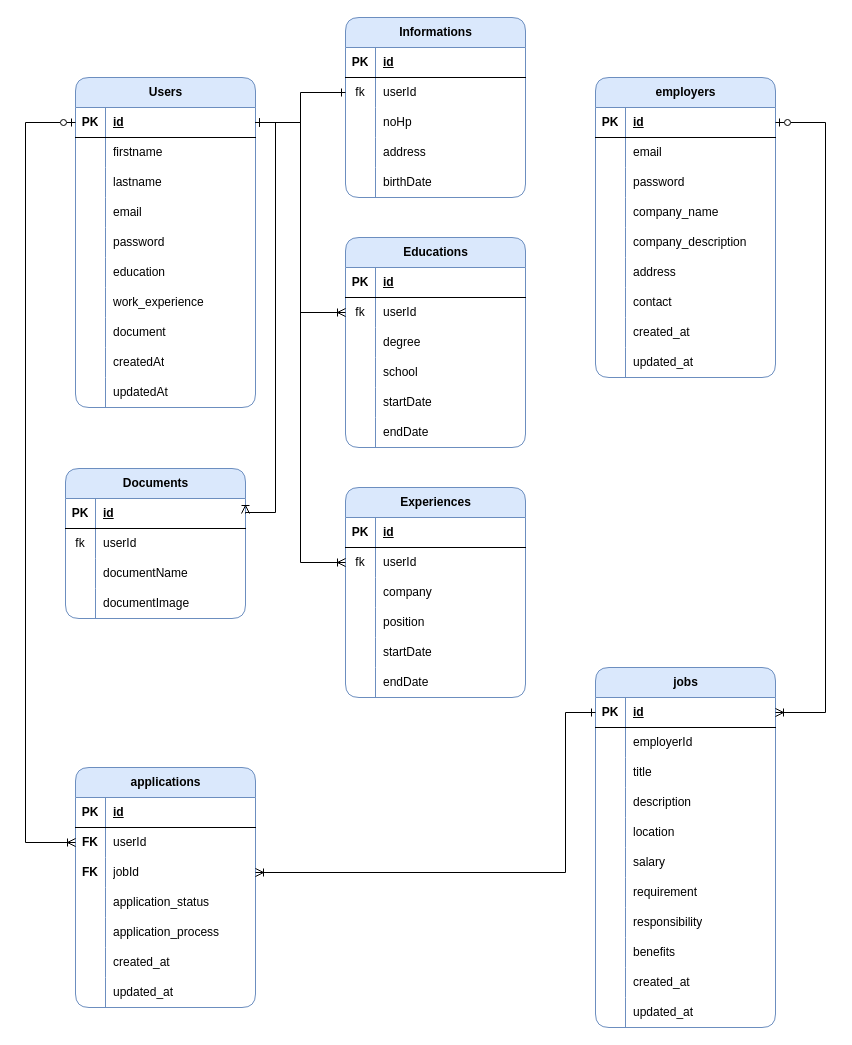
Before: server/docs/Job-Portal-ERD.drawio in juliochandra/Job-Portal, a draw.io diagram. Source tidied: cells renumbered, new cells numbered last; positions are measured from the earlier drawing's top-left corner, leaving out a move shared by most shapes. Both pictures are drawn from the tidied source at 100%, with x=0, y=0 at pixel (25, 17).
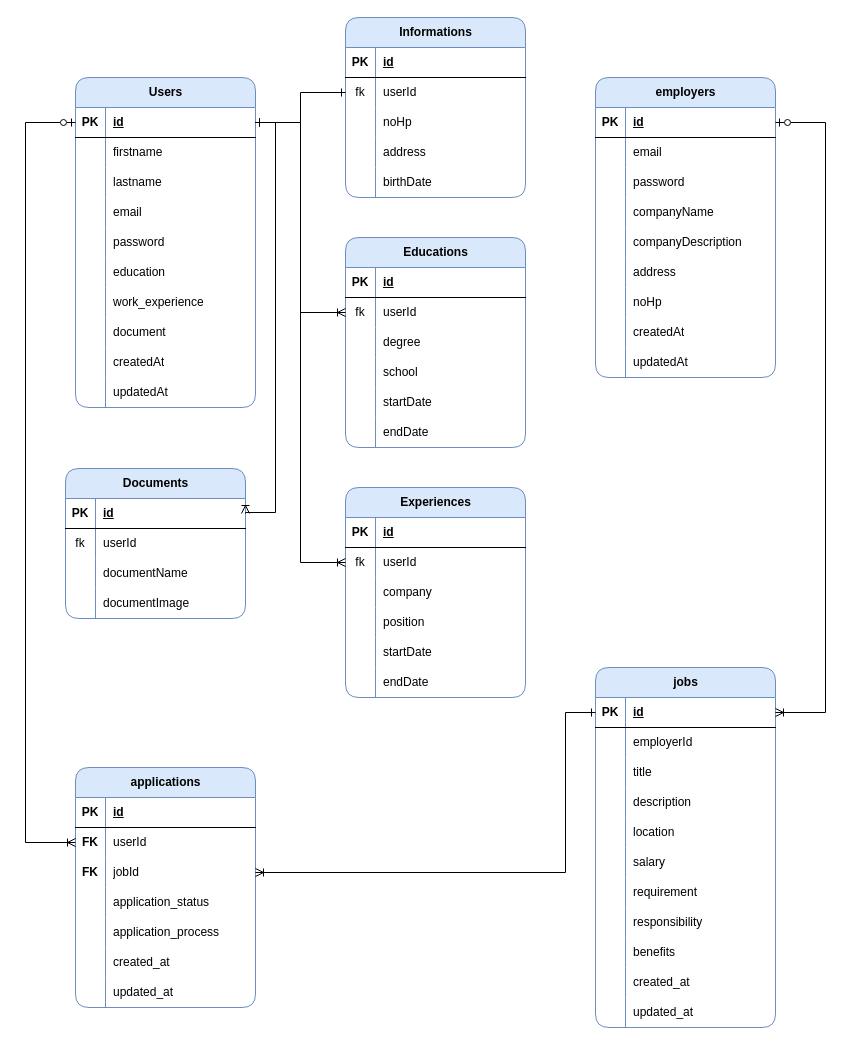
The same page after the edit.

Unchanged cells that the change refers to:
```xml
<mxCell id="100" style="shape=tableRow;horizontal=0;startSize=0;swimlaneHead=0;swimlaneBody=0;fillColor=none;top=0;left=0;right=0;bottom=0;" parent="90" vertex="1">
  <mxGeometry y="120" width="180" height="30" as="geometry" />
</mxCell>
<mxCell id="103" style="shape=tableRow;horizontal=0;startSize=0;swimlaneHead=0;swimlaneBody=0;fillColor=none;top=0;left=0;right=0;bottom=0;" parent="90" vertex="1">
  <mxGeometry y="150" width="180" height="30" as="geometry" />
</mxCell>
<mxCell id="109" style="shape=tableRow;horizontal=0;startSize=0;swimlaneHead=0;swimlaneBody=0;fillColor=none;top=0;left=0;right=0;bottom=0;" parent="90" vertex="1">
  <mxGeometry y="210" width="180" height="30" as="geometry" />
</mxCell>
<mxCell id="112" style="shape=tableRow;horizontal=0;startSize=0;swimlaneHead=0;swimlaneBody=0;fillColor=none;top=0;left=0;right=0;bottom=0;" parent="90" vertex="1">
  <mxGeometry y="240" width="180" height="30" as="geometry" />
</mxCell>
<mxCell id="115" style="shape=tableRow;horizontal=0;startSize=0;swimlaneHead=0;swimlaneBody=0;fillColor=none;top=0;left=0;right=0;bottom=0;" parent="90" vertex="1">
  <mxGeometry y="270" width="180" height="30" as="geometry" />
</mxCell>
```

The edit, as a diff of the source:
```diff
@@
-    <mxCell id="102" value="company_name" style="shape=partialRectangle;fillColor=none;top=0;left=0;bottom=0;right=0;align=left;spacingLeft=6;overflow=hidden;whiteSpace=wrap;html=1;" parent="100" vertex="1">
+    <mxCell id="102" value="companyName" style="shape=partialRectangle;fillColor=none;top=0;left=0;bottom=0;right=0;align=left;spacingLeft=6;overflow=hidden;whiteSpace=wrap;html=1;" parent="100" vertex="1">
       <mxGeometry x="30" width="150" height="30" as="geometry" />
     </mxCell>
@@
-    <mxCell id="105" value="company_description" style="shape=partialRectangle;fillColor=none;top=0;left=0;bottom=0;right=0;align=left;spacingLeft=6;overflow=hidden;whiteSpace=wrap;html=1;" parent="103" vertex="1">
+    <mxCell id="105" value="companyDescription" style="shape=partialRectangle;fillColor=none;top=0;left=0;bottom=0;right=0;align=left;spacingLeft=6;overflow=hidden;whiteSpace=wrap;html=1;" parent="103" vertex="1">
       <mxGeometry x="30" width="150" height="30" as="geometry" />
     </mxCell>
@@
-    <mxCell id="111" value="contact" style="shape=partialRectangle;fillColor=none;top=0;left=0;bottom=0;right=0;align=left;spacingLeft=6;overflow=hidden;whiteSpace=wrap;html=1;" parent="109" vertex="1">
+    <mxCell id="111" value="noHp" style="shape=partialRectangle;fillColor=none;top=0;left=0;bottom=0;right=0;align=left;spacingLeft=6;overflow=hidden;whiteSpace=wrap;html=1;" parent="109" vertex="1">
       <mxGeometry x="30" width="150" height="30" as="geometry" />
     </mxCell>
@@
-    <mxCell id="114" value="created_at&lt;span style=&quot;white-space: pre;&quot;&gt;&#9;&lt;/span&gt;" style="shape=partialRectangle;fillColor=none;top=0;left=0;bottom=0;right=0;align=left;spacingLeft=6;overflow=hidden;whiteSpace=wrap;html=1;" parent="112" vertex="1">
+    <mxCell id="114" value="createdAt" style="shape=partialRectangle;fillColor=none;top=0;left=0;bottom=0;right=0;align=left;spacingLeft=6;overflow=hidden;whiteSpace=wrap;html=1;" parent="112" vertex="1">
       <mxGeometry x="30" width="150" height="30" as="geometry" />
     </mxCell>
@@
-    <mxCell id="117" value="updated_at" style="shape=partialRectangle;fillColor=none;top=0;left=0;bottom=0;right=0;align=left;spacingLeft=6;overflow=hidden;whiteSpace=wrap;html=1;" parent="115" vertex="1">
+    <mxCell id="117" value="updatedAt" style="shape=partialRectangle;fillColor=none;top=0;left=0;bottom=0;right=0;align=left;spacingLeft=6;overflow=hidden;whiteSpace=wrap;html=1;" parent="115" vertex="1">
       <mxGeometry x="30" width="150" height="30" as="geometry" />
     </mxCell>
```
